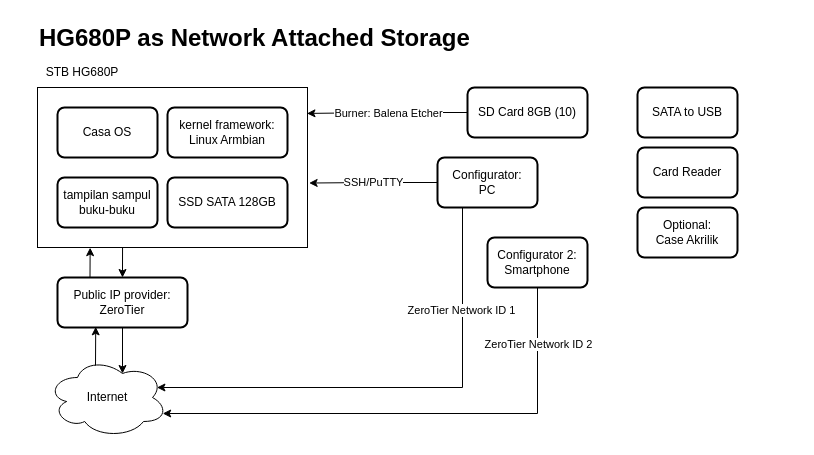
The draw.io diagram page "NAS" (5 of 6) of Chart on Search Query.drawio in troders34/research, before the edit. Source tidied: cells renumbered, new cells numbered last; positions are measured from the earlier drawing's top-left corner, leaving out a move shared by most shapes. Both pictures are drawn from the tidied source at 100%, with x=0, y=0 at pixel (37, 17).
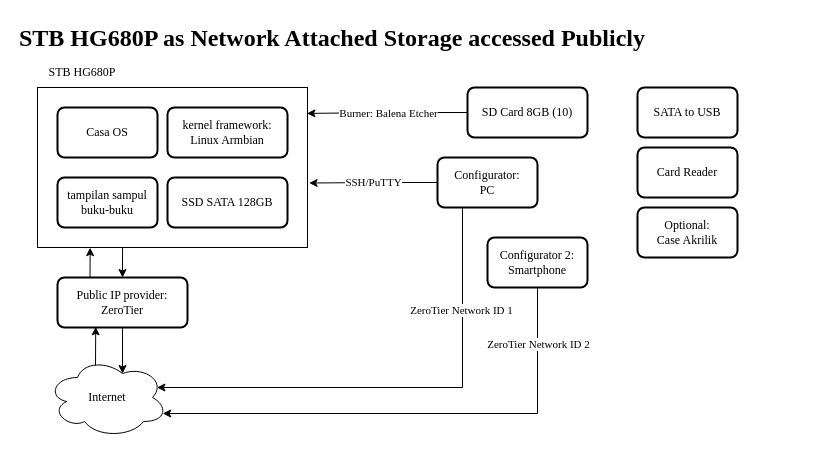
After the change.

Change to the diagram source:
```diff
@@
-    <mxCell id="2" style="rounded=0;whiteSpace=wrap;html=1;" parent="1" vertex="1">
+    <mxCell id="2" style="rounded=0;whiteSpace=wrap;html=1;fontFamily=Times New Roman;" parent="1" vertex="1">
       <mxGeometry y="70" width="270" height="160" as="geometry" />
     </mxCell>
-    <mxCell id="3" value="&lt;div&gt;&lt;span style=&quot;background-color: transparent; color: light-dark(rgb(0, 0, 0), rgb(255, 255, 255));&quot;&gt;Casa OS&lt;/span&gt;&lt;/div&gt;" style="rounded=1;whiteSpace=wrap;html=1;absoluteArcSize=1;arcSize=14;strokeWidth=2;align=center;" parent="1" vertex="1">
+    <mxCell id="3" value="&lt;div&gt;&lt;span style=&quot;background-color: transparent; color: light-dark(rgb(0, 0, 0), rgb(255, 255, 255));&quot;&gt;Casa OS&lt;/span&gt;&lt;/div&gt;" style="rounded=1;whiteSpace=wrap;html=1;absoluteArcSize=1;arcSize=14;strokeWidth=2;align=center;fontFamily=Times New Roman;" parent="1" vertex="1">
       <mxGeometry x="20" y="90" width="100" height="50" as="geometry" />
     </mxCell>
-    <mxCell id="4" value="STB HG680P" style="text;html=1;align=center;verticalAlign=middle;whiteSpace=wrap;rounded=0;" parent="1" vertex="1">
+    <mxCell id="4" value="STB HG680P" style="text;html=1;align=center;verticalAlign=middle;whiteSpace=wrap;rounded=0;fontFamily=Times New Roman;" parent="1" vertex="1">
       <mxGeometry y="40" width="90" height="30" as="geometry" />
     </mxCell>
-    <mxCell id="5" value="Public IP provider: ZeroTier" style="rounded=1;whiteSpace=wrap;html=1;absoluteArcSize=1;arcSize=14;strokeWidth=2;" parent="1" vertex="1">
+    <mxCell id="5" value="Public IP provider: ZeroTier" style="rounded=1;whiteSpace=wrap;html=1;absoluteArcSize=1;arcSize=14;strokeWidth=2;fontFamily=Times New Roman;" parent="1" vertex="1">
       <mxGeometry x="20" y="260" width="130" height="50" as="geometry" />
     </mxCell>
-    <mxCell id="6" value="SD Card 8GB (10)" style="rounded=1;whiteSpace=wrap;html=1;absoluteArcSize=1;arcSize=14;strokeWidth=2;" parent="1" vertex="1">
+    <mxCell id="6" value="SD Card 8GB (10)" style="rounded=1;whiteSpace=wrap;html=1;absoluteArcSize=1;arcSize=14;strokeWidth=2;fontFamily=Times New Roman;" parent="1" vertex="1">
       <mxGeometry x="430" y="70" width="120" height="50" as="geometry" />
     </mxCell>
-    <mxCell id="7" value="Card Reader" style="rounded=1;whiteSpace=wrap;html=1;absoluteArcSize=1;arcSize=14;strokeWidth=2;" parent="1" vertex="1">
+    <mxCell id="7" value="Card Reader" style="rounded=1;whiteSpace=wrap;html=1;absoluteArcSize=1;arcSize=14;strokeWidth=2;fontFamily=Times New Roman;" parent="1" vertex="1">
       <mxGeometry x="600" y="130" width="100" height="50" as="geometry" />
     </mxCell>
-    <mxCell id="8" value="SSD SATA 128GB" style="rounded=1;whiteSpace=wrap;html=1;absoluteArcSize=1;arcSize=14;strokeWidth=2;" parent="1" vertex="1">
+    <mxCell id="8" value="SSD SATA 128GB" style="rounded=1;whiteSpace=wrap;html=1;absoluteArcSize=1;arcSize=14;strokeWidth=2;fontFamily=Times New Roman;" parent="1" vertex="1">
       <mxGeometry x="130" y="160" width="120" height="50" as="geometry" />
     </mxCell>
-    <mxCell id="9" value="SATA to USB" style="rounded=1;whiteSpace=wrap;html=1;absoluteArcSize=1;arcSize=14;strokeWidth=2;" parent="1" vertex="1">
+    <mxCell id="9" value="SATA to USB" style="rounded=1;whiteSpace=wrap;html=1;absoluteArcSize=1;arcSize=14;strokeWidth=2;fontFamily=Times New Roman;" parent="1" vertex="1">
       <mxGeometry x="600" y="70" width="100" height="50" as="geometry" />
     </mxCell>
-    <mxCell id="10" value="Optional:&lt;br&gt;Case Akrilik" style="rounded=1;whiteSpace=wrap;html=1;absoluteArcSize=1;arcSize=14;strokeWidth=2;" parent="1" vertex="1">
+    <mxCell id="10" value="Optional:&lt;br&gt;Case Akrilik" style="rounded=1;whiteSpace=wrap;html=1;absoluteArcSize=1;arcSize=14;strokeWidth=2;fontFamily=Times New Roman;" parent="1" vertex="1">
       <mxGeometry x="600" y="190" width="100" height="50" as="geometry" />
     </mxCell>
-    <mxCell id="11" value="SSH/PuTTY" style="edgeStyle=orthogonalEdgeStyle;rounded=0;jettySize=auto;html=1;exitX=0;exitY=0.5;exitDx=0;exitDy=0;entryX=1.006;entryY=0.597;entryDx=0;entryDy=0;entryPerimeter=0;" parent="1" edge="1" source="14" target="2">
+    <mxCell id="11" value="SSH/PuTTY" style="edgeStyle=orthogonalEdgeStyle;rounded=0;jettySize=auto;html=1;exitX=0;exitY=0.5;exitDx=0;exitDy=0;entryX=1.006;entryY=0.597;entryDx=0;entryDy=0;entryPerimeter=0;fontFamily=Times New Roman;" parent="1" edge="1" source="14" target="2">
       <mxGeometry relative="1" as="geometry" />
     </mxCell>
-    <mxCell id="12" style="edgeStyle=orthogonalEdgeStyle;rounded=0;jettySize=auto;html=1;exitX=0.25;exitY=1;exitDx=0;exitDy=0;entryX=0.912;entryY=0.375;entryDx=0;entryDy=0;entryPerimeter=0;" parent="1" edge="1" source="14" target="19">
+    <mxCell id="12" style="edgeStyle=orthogonalEdgeStyle;rounded=0;jettySize=auto;html=1;exitX=0.25;exitY=1;exitDx=0;exitDy=0;entryX=0.912;entryY=0.375;entryDx=0;entryDy=0;entryPerimeter=0;fontFamily=Times New Roman;" parent="1" edge="1" source="14" target="19">
       <mxGeometry relative="1" as="geometry">
         <Array as="points">
           <mxPoint x="425" y="370" />
         </Array>
       </mxGeometry>
     </mxCell>
-    <mxCell id="13" value="ZeroTier Network ID 1" style="edgeLabel;html=1;align=center;verticalAlign=middle;" parent="12" vertex="1">
+    <mxCell id="13" value="ZeroTier Network ID 1" style="edgeLabel;html=1;align=center;verticalAlign=middle;fontFamily=Times New Roman;" parent="12" vertex="1">
       <mxGeometry x="-0.58" y="-2" relative="1" as="geometry" />
     </mxCell>
-    <mxCell id="14" value="Configurator:&lt;div&gt;PC&lt;/div&gt;" style="rounded=1;whiteSpace=wrap;html=1;absoluteArcSize=1;arcSize=14;strokeWidth=2;" parent="1" vertex="1">
+    <mxCell id="14" value="Configurator:&lt;div&gt;PC&lt;/div&gt;" style="rounded=1;whiteSpace=wrap;html=1;absoluteArcSize=1;arcSize=14;strokeWidth=2;fontFamily=Times New Roman;" parent="1" vertex="1">
       <mxGeometry x="400" y="140" width="100" height="50" as="geometry" />
     </mxCell>
-    <mxCell id="15" value="kernel framework:&lt;div&gt;Linux Armbian&lt;/div&gt;" style="rounded=1;whiteSpace=wrap;html=1;absoluteArcSize=1;arcSize=14;strokeWidth=2;" parent="1" vertex="1">
+    <mxCell id="15" value="kernel framework:&lt;div&gt;Linux Armbian&lt;/div&gt;" style="rounded=1;whiteSpace=wrap;html=1;absoluteArcSize=1;arcSize=14;strokeWidth=2;fontFamily=Times New Roman;" parent="1" vertex="1">
       <mxGeometry x="130" y="90" width="120" height="50" as="geometry" />
     </mxCell>
-    <mxCell id="16" style="edgeStyle=orthogonalEdgeStyle;rounded=0;jettySize=auto;html=1;exitX=0;exitY=0.5;exitDx=0;exitDy=0;entryX=0.998;entryY=0.162;entryDx=0;entryDy=0;entryPerimeter=0;" parent="1" edge="1" source="6" target="2">
+    <mxCell id="16" style="edgeStyle=orthogonalEdgeStyle;rounded=0;jettySize=auto;html=1;exitX=0;exitY=0.5;exitDx=0;exitDy=0;entryX=0.998;entryY=0.162;entryDx=0;entryDy=0;entryPerimeter=0;fontFamily=Times New Roman;" parent="1" edge="1" source="6" target="2">
       <mxGeometry relative="1" as="geometry" />
     </mxCell>
-    <mxCell id="17" value="Burner: Balena Etcher" style="edgeLabel;html=1;align=center;verticalAlign=middle;" parent="16" vertex="1">
+    <mxCell id="17" value="Burner: Balena Etcher" style="edgeLabel;html=1;align=center;verticalAlign=middle;fontFamily=Times New Roman;" parent="16" vertex="1">
       <mxGeometry x="-0.01" relative="1" as="geometry" />
     </mxCell>
-    <mxCell id="18" value="tampilan sampul buku-buku" style="rounded=1;whiteSpace=wrap;html=1;absoluteArcSize=1;arcSize=14;strokeWidth=2;" parent="1" vertex="1">
+    <mxCell id="18" value="tampilan sampul buku-buku" style="rounded=1;whiteSpace=wrap;html=1;absoluteArcSize=1;arcSize=14;strokeWidth=2;fontFamily=Times New Roman;" parent="1" vertex="1">
       <mxGeometry x="20" y="160" width="100" height="50" as="geometry" />
     </mxCell>
-    <mxCell id="19" value="Internet" style="ellipse;shape=cloud;whiteSpace=wrap;html=1;" parent="1" vertex="1">
+    <mxCell id="19" value="Internet" style="ellipse;shape=cloud;whiteSpace=wrap;html=1;fontFamily=Times New Roman;" parent="1" vertex="1">
       <mxGeometry x="10" y="340" width="120" height="80" as="geometry" />
     </mxCell>
-    <mxCell id="20" value="Configurator 2: Smartphone" style="rounded=1;whiteSpace=wrap;html=1;absoluteArcSize=1;arcSize=14;strokeWidth=2;" parent="1" vertex="1">
+    <mxCell id="20" value="Configurator 2: Smartphone" style="rounded=1;whiteSpace=wrap;html=1;absoluteArcSize=1;arcSize=14;strokeWidth=2;fontFamily=Times New Roman;" parent="1" vertex="1">
       <mxGeometry x="450" y="220" width="100" height="50" as="geometry" />
     </mxCell>
-    <mxCell id="21" style="edgeStyle=orthogonalEdgeStyle;rounded=0;jettySize=auto;html=1;exitX=0.5;exitY=1;exitDx=0;exitDy=0;entryX=0.96;entryY=0.7;entryDx=0;entryDy=0;entryPerimeter=0;" parent="1" edge="1" source="20" target="19">
+    <mxCell id="21" style="edgeStyle=orthogonalEdgeStyle;rounded=0;jettySize=auto;html=1;exitX=0.5;exitY=1;exitDx=0;exitDy=0;entryX=0.96;entryY=0.7;entryDx=0;entryDy=0;entryPerimeter=0;fontFamily=Times New Roman;" parent="1" edge="1" source="20" target="19">
       <mxGeometry relative="1" as="geometry">
         <Array as="points">
           <mxPoint x="500" y="396" />
         </Array>
       </mxGeometry>
     </mxCell>
-    <mxCell id="22" value="ZeroTier Network ID 2" style="edgeLabel;html=1;align=center;verticalAlign=middle;" parent="21" vertex="1">
+    <mxCell id="22" value="ZeroTier Network ID 2" style="edgeLabel;html=1;align=center;verticalAlign=middle;fontFamily=Times New Roman;" parent="21" vertex="1">
       <mxGeometry x="-0.78" relative="1" as="geometry">
         <mxPoint y="1" as="offset" />
       </mxGeometry>
     </mxCell>
-    <mxCell id="23" value="&lt;h1 style=&quot;margin-top: 0px;&quot;&gt;HG680P as Network Attached Storage&lt;/h1&gt;" style="text;html=1;whiteSpace=wrap;overflow=hidden;rounded=0;" parent="1" vertex="1">
-      <mxGeometry width="490" height="40" as="geometry" />
+    <mxCell id="23" value="&lt;h1 style=&quot;margin-top: 0px;&quot;&gt;STB HG680P as Network Attached Storage accessed Publicly&lt;/h1&gt;" style="text;html=1;whiteSpace=wrap;overflow=hidden;rounded=0;fontFamily=Times New Roman;" parent="1" vertex="1">
+      <mxGeometry x="-20" width="780" height="40" as="geometry" />
     </mxCell>
-    <mxCell id="24" style="edgeStyle=orthogonalEdgeStyle;rounded=0;jettySize=auto;html=1;exitX=0.4;exitY=0.1;exitDx=0;exitDy=0;exitPerimeter=0;entryX=0.294;entryY=0.987;entryDx=0;entryDy=0;entryPerimeter=0;" parent="1" edge="1" source="19" target="5">
+    <mxCell id="24" style="edgeStyle=orthogonalEdgeStyle;rounded=0;jettySize=auto;html=1;exitX=0.4;exitY=0.1;exitDx=0;exitDy=0;exitPerimeter=0;entryX=0.294;entryY=0.987;entryDx=0;entryDy=0;entryPerimeter=0;fontFamily=Times New Roman;" parent="1" edge="1" source="19" target="5">
       <mxGeometry relative="1" as="geometry" />
     </mxCell>
-    <mxCell id="25" style="edgeStyle=orthogonalEdgeStyle;rounded=0;jettySize=auto;html=1;exitX=0.5;exitY=1;exitDx=0;exitDy=0;entryX=0.625;entryY=0.2;entryDx=0;entryDy=0;entryPerimeter=0;" parent="1" edge="1" source="5" target="19">
+    <mxCell id="25" style="edgeStyle=orthogonalEdgeStyle;rounded=0;jettySize=auto;html=1;exitX=0.5;exitY=1;exitDx=0;exitDy=0;entryX=0.625;entryY=0.2;entryDx=0;entryDy=0;entryPerimeter=0;fontFamily=Times New Roman;" parent="1" edge="1" source="5" target="19">
       <mxGeometry relative="1" as="geometry" />
     </mxCell>
-    <mxCell id="26" style="edgeStyle=orthogonalEdgeStyle;rounded=0;jettySize=auto;html=1;exitX=0.25;exitY=0;exitDx=0;exitDy=0;entryX=0.195;entryY=1.001;entryDx=0;entryDy=0;entryPerimeter=0;" parent="1" edge="1" source="5" target="2">
+    <mxCell id="26" style="edgeStyle=orthogonalEdgeStyle;rounded=0;jettySize=auto;html=1;exitX=0.25;exitY=0;exitDx=0;exitDy=0;entryX=0.195;entryY=1.001;entryDx=0;entryDy=0;entryPerimeter=0;fontFamily=Times New Roman;" parent="1" edge="1" source="5" target="2">
       <mxGeometry relative="1" as="geometry" />
     </mxCell>
-    <mxCell id="27" style="edgeStyle=orthogonalEdgeStyle;rounded=0;jettySize=auto;html=1;exitX=0.5;exitY=0;exitDx=0;exitDy=0;entryX=0.315;entryY=1;entryDx=0;entryDy=0;entryPerimeter=0;startArrow=classic;startFill=1;endArrow=none;endFill=0;" parent="1" edge="1" source="5" target="2">
+    <mxCell id="27" style="edgeStyle=orthogonalEdgeStyle;rounded=0;jettySize=auto;html=1;exitX=0.5;exitY=0;exitDx=0;exitDy=0;entryX=0.315;entryY=1;entryDx=0;entryDy=0;entryPerimeter=0;startArrow=classic;startFill=1;endArrow=none;endFill=0;fontFamily=Times New Roman;" parent="1" edge="1" source="5" target="2">
       <mxGeometry relative="1" as="geometry" />
     </mxCell>
```
